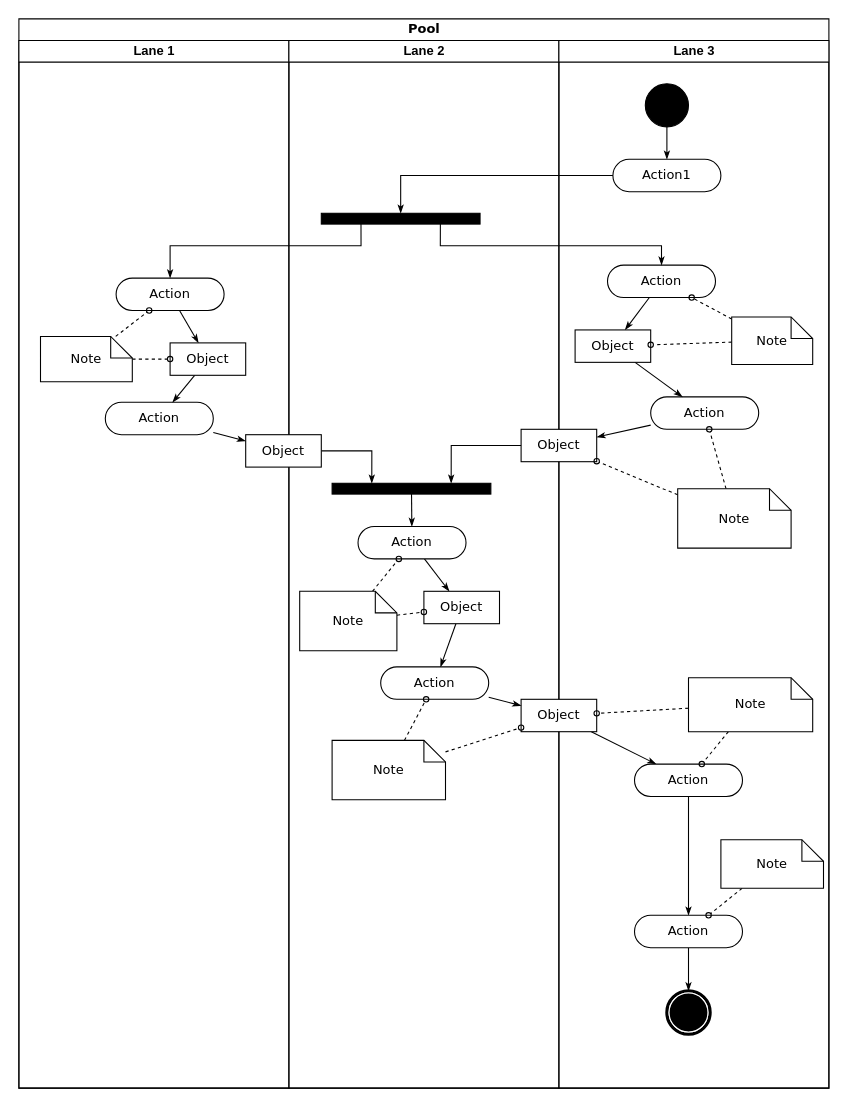
cdfeng/diagrams keeps this draw.io diagram as 未命名绘图.drawio. Above is the earlier version. Source tidied: cells renumbered, new cells numbered last; positions are measured from the earlier drawing's top-left corner, leaving out a move shared by most shapes. Both pictures are drawn from the tidied source at 108%, with x=0, y=0 at pixel (18, 18).
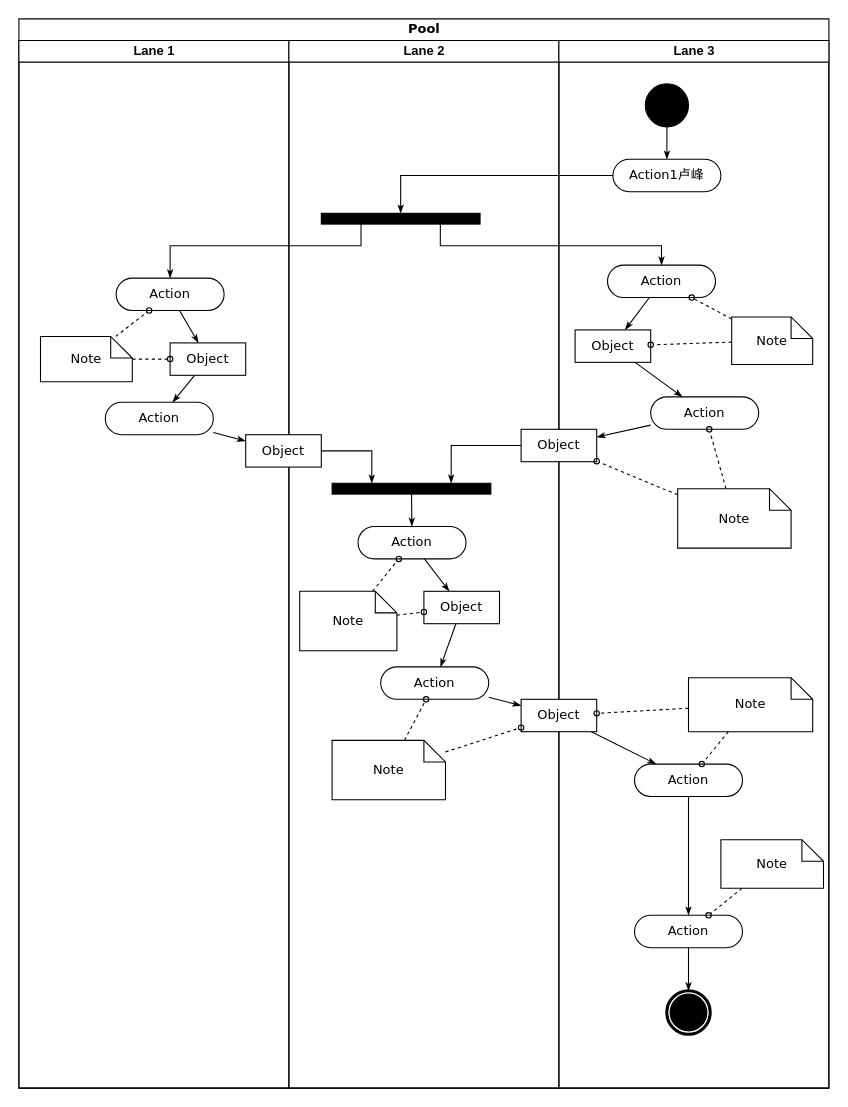
The same diagram, later.

Commit message:
更新未命名绘图.drawio

The change refers to these unchanged cells:
```xml
<mxCell id="28" value="Lane 3" style="swimlane;html=1;startSize=20;" parent="2" vertex="1">
  <mxGeometry x="500" y="20" width="250" height="970" as="geometry" />
</mxCell>
```

Change to the diagram source:
```diff
@@
-    <mxCell id="31" value="Action1" style="rounded=1;whiteSpace=wrap;html=1;shadow=0;comic=0;labelBackgroundColor=none;strokeWidth=1;fontFamily=Verdana;fontSize=12;align=center;arcSize=50;" parent="28" vertex="1">
+    <mxCell id="31" value="Action1卢峰" style="rounded=1;whiteSpace=wrap;html=1;shadow=0;comic=0;labelBackgroundColor=none;strokeWidth=1;fontFamily=Verdana;fontSize=12;align=center;arcSize=50;" parent="28" vertex="1">
       <mxGeometry x="50" y="110" width="100" height="30" as="geometry" />
     </mxCell>
```
